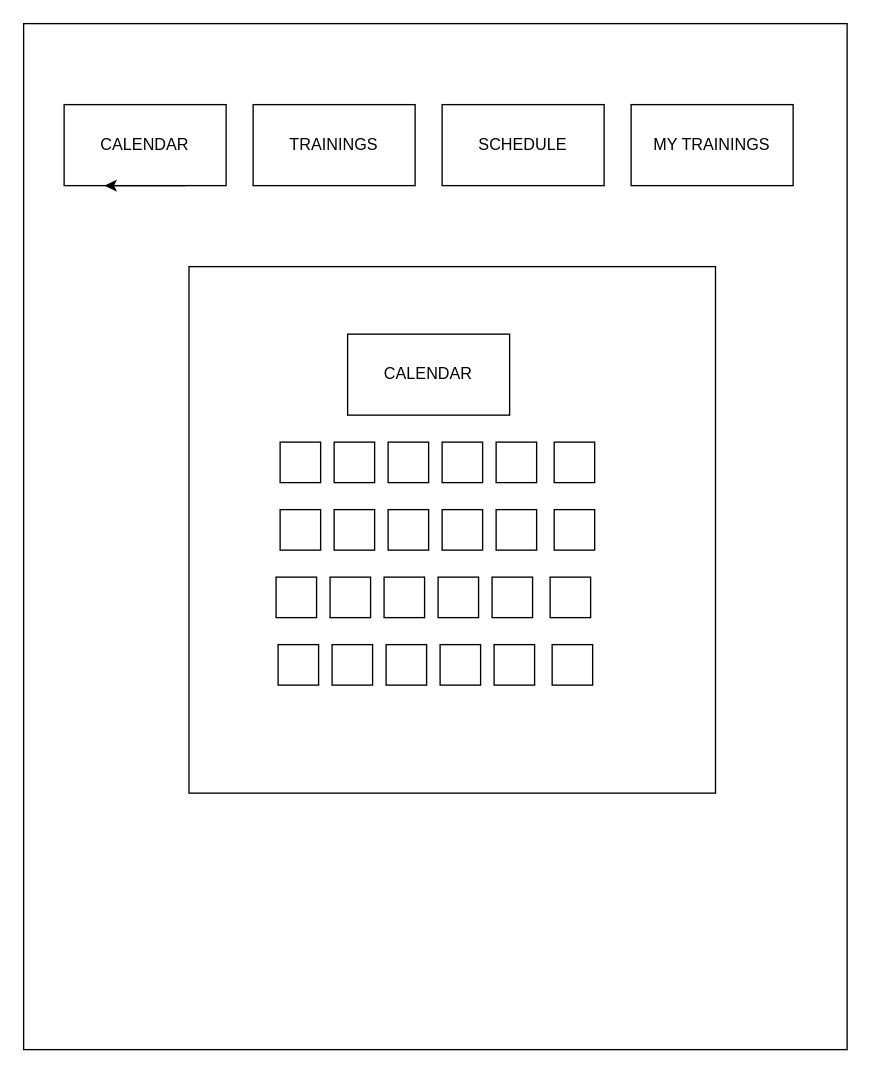
Above: designMain.drawio in Jaro111/gym_tracker_FE (draw.io), before the change. Source tidied: cells renumbered, new cells numbered last; positions are measured from the earlier drawing's top-left corner, leaving out a move shared by most shapes. Both pictures are drawn from the tidied source at 135%, with x=0, y=0 at pixel (23, 23).
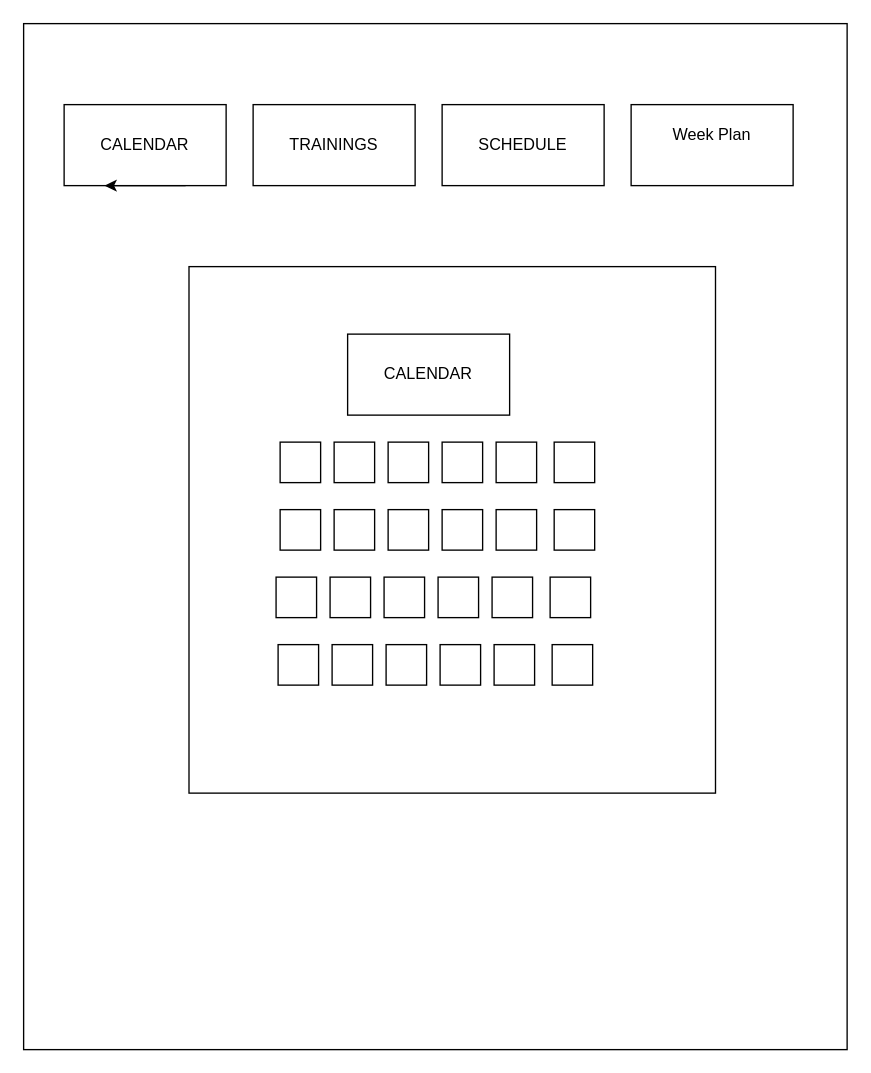
The same diagram, later.

The edit, as a diff of the source:
```diff
@@
-    <mxCell id="30" value="MY TRAININGS" style="rounded=0;whiteSpace=wrap;html=1;" parent="1" vertex="1">
+    <mxCell id="30" value="Week Plan&lt;div&gt;&lt;br&gt;&lt;/div&gt;" style="rounded=0;whiteSpace=wrap;html=1;" parent="1" vertex="1">
       <mxGeometry x="450" y="60" width="120" height="60" as="geometry" />
     </mxCell>
```
